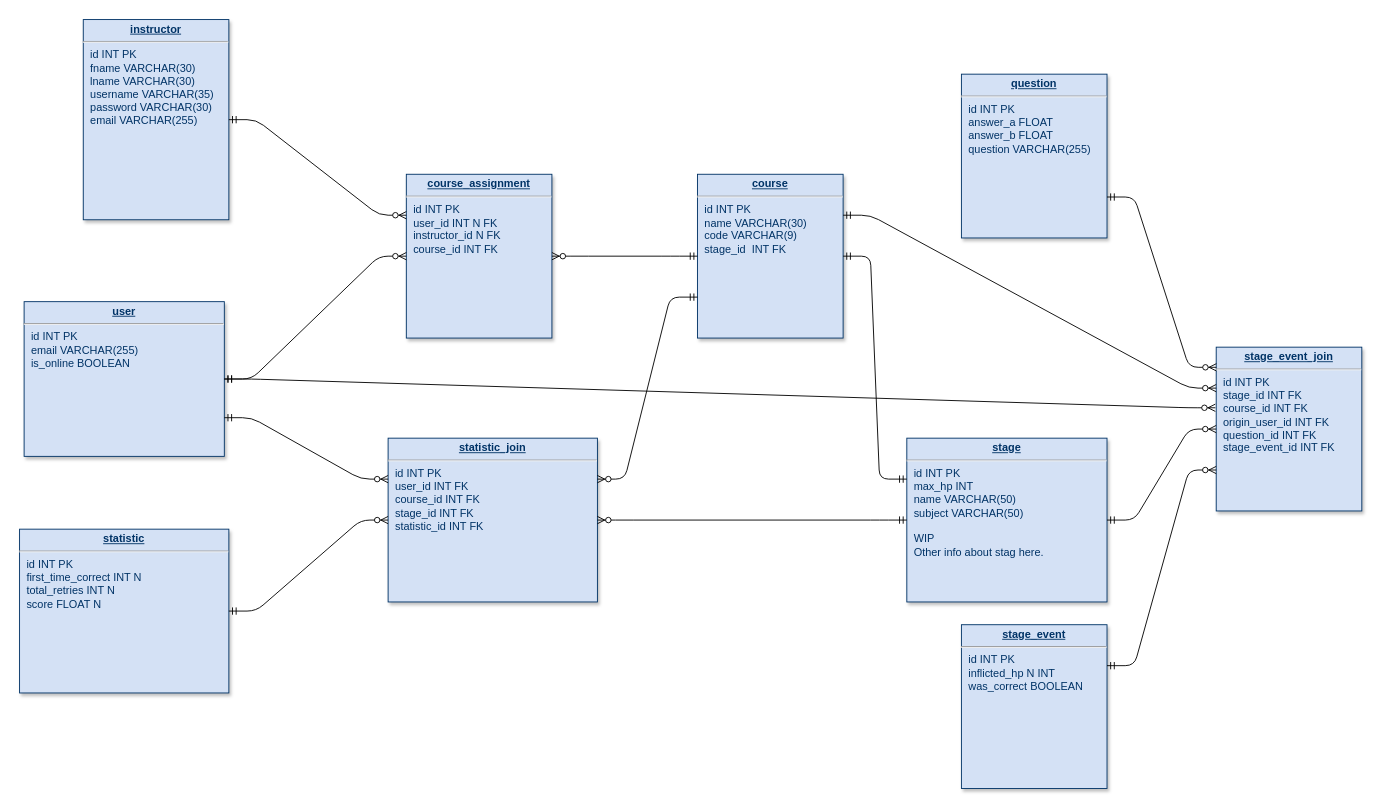
Earlier version of the draw.io diagram Documentation/JebraDB.drawio (mschray/Fall-2021-IPRO). Source tidied: cells renumbered, new cells numbered last; positions are measured from the earlier drawing's top-left corner, leaving out a move shared by most shapes. Both pictures are drawn from the tidied source at 91%, with x=0, y=0 at pixel (19, 19).
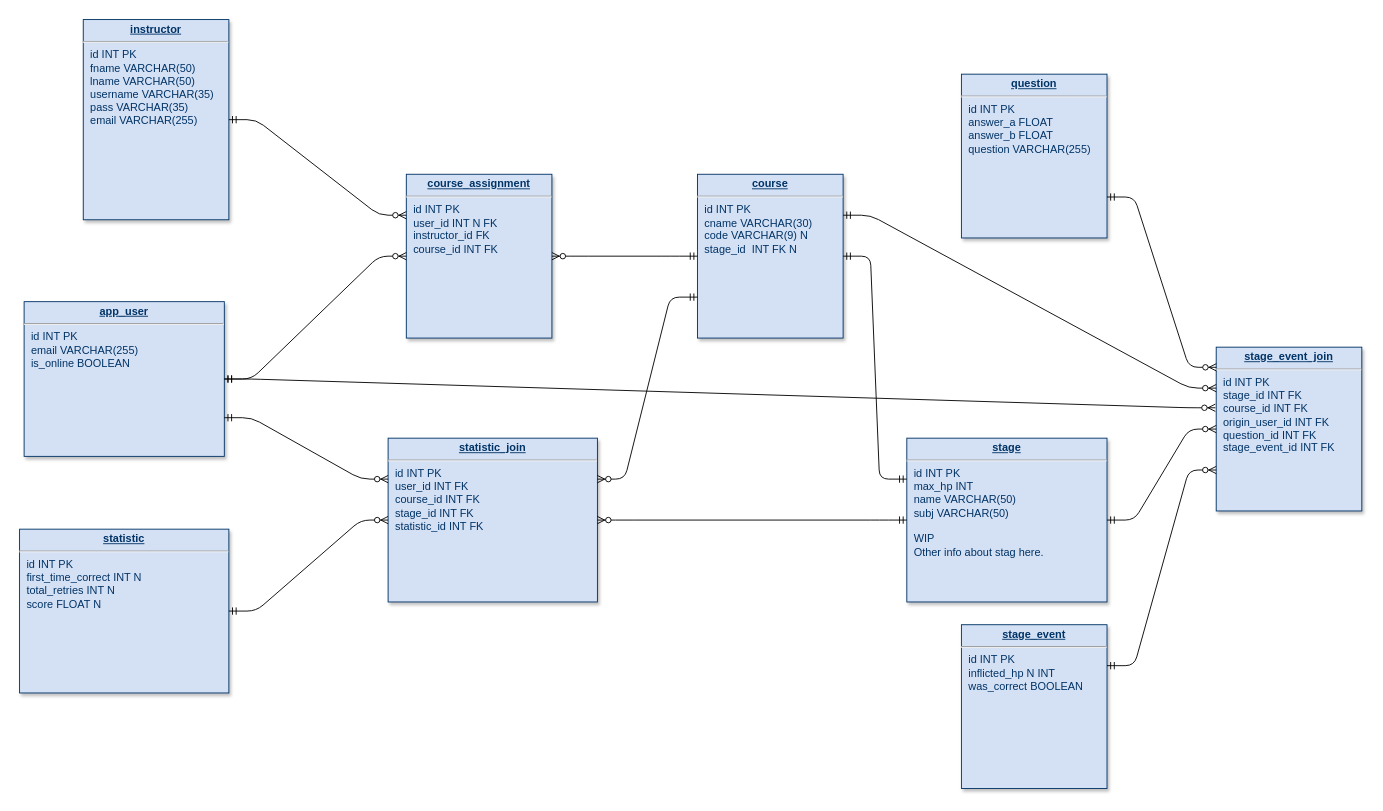
The same page after the edit.

What changed in the source:
```diff
@@
-    <mxCell id="3" value="&lt;p style=&quot;margin: 0px ; margin-top: 4px ; text-align: center ; text-decoration: underline&quot;&gt;&lt;b&gt;course&lt;/b&gt;&lt;/p&gt;&lt;hr&gt;&lt;p style=&quot;margin: 0px ; margin-left: 8px&quot;&gt;id INT PK&lt;/p&gt;&lt;p style=&quot;margin: 0px ; margin-left: 8px&quot;&gt;name VARCHAR(30)&lt;/p&gt;&lt;p style=&quot;margin: 0px ; margin-left: 8px&quot;&gt;code VARCHAR(9)&amp;nbsp;&lt;/p&gt;&lt;p style=&quot;margin: 0px ; margin-left: 8px&quot;&gt;stage_id&amp;nbsp; INT FK&lt;/p&gt;&lt;p style=&quot;margin: 0px ; margin-left: 8px&quot;&gt;&lt;br&gt;&lt;/p&gt;&lt;p style=&quot;margin: 0px ; margin-left: 8px&quot;&gt;&lt;br&gt;&lt;/p&gt;&lt;p style=&quot;margin: 0px ; margin-left: 8px&quot;&gt;&lt;br&gt;&lt;/p&gt;" style="verticalAlign=top;align=left;overflow=fill;fontSize=12;fontFamily=Helvetica;html=1;strokeColor=#003366;shadow=1;fillColor=#D4E1F5;fontColor=#003366;" parent="1" vertex="1">
+    <mxCell id="3" value="&lt;p style=&quot;margin: 0px ; margin-top: 4px ; text-align: center ; text-decoration: underline&quot;&gt;&lt;b&gt;course&lt;/b&gt;&lt;/p&gt;&lt;hr&gt;&lt;p style=&quot;margin: 0px ; margin-left: 8px&quot;&gt;id INT PK&lt;/p&gt;&lt;p style=&quot;margin: 0px ; margin-left: 8px&quot;&gt;cname VARCHAR(30)&lt;/p&gt;&lt;p style=&quot;margin: 0px ; margin-left: 8px&quot;&gt;code VARCHAR(9) N&lt;/p&gt;&lt;p style=&quot;margin: 0px ; margin-left: 8px&quot;&gt;stage_id&amp;nbsp; INT FK N&lt;/p&gt;&lt;p style=&quot;margin: 0px ; margin-left: 8px&quot;&gt;&lt;br&gt;&lt;/p&gt;&lt;p style=&quot;margin: 0px ; margin-left: 8px&quot;&gt;&lt;br&gt;&lt;/p&gt;&lt;p style=&quot;margin: 0px ; margin-left: 8px&quot;&gt;&lt;br&gt;&lt;/p&gt;" style="verticalAlign=top;align=left;overflow=fill;fontSize=12;fontFamily=Helvetica;html=1;strokeColor=#003366;shadow=1;fillColor=#D4E1F5;fontColor=#003366;" parent="1" vertex="1">
       <mxGeometry x="745" y="170" width="160" height="180" as="geometry" />
     </mxCell>
-    <mxCell id="4" value="&lt;p style=&quot;margin: 0px ; margin-top: 4px ; text-align: center ; text-decoration: underline&quot;&gt;&lt;b&gt;user&lt;/b&gt;&lt;/p&gt;&lt;hr&gt;&lt;p style=&quot;margin: 0px ; margin-left: 8px&quot;&gt;id INT PK&lt;/p&gt;&lt;p style=&quot;margin: 0px ; margin-left: 8px&quot;&gt;email VARCHAR(255)&lt;/p&gt;&lt;p style=&quot;margin: 0px ; margin-left: 8px&quot;&gt;is_online BOOLEAN&lt;/p&gt;&lt;p style=&quot;margin: 0px ; margin-left: 8px&quot;&gt;&lt;br&gt;&lt;/p&gt;&lt;p style=&quot;margin: 0px ; margin-left: 8px&quot;&gt;&lt;/p&gt;&lt;p style=&quot;margin: 0px ; margin-left: 8px&quot;&gt;&lt;br&gt;&lt;/p&gt;" style="verticalAlign=top;align=left;overflow=fill;fontSize=12;fontFamily=Helvetica;html=1;strokeColor=#003366;shadow=1;fillColor=#D4E1F5;fontColor=#003366;" parent="1" vertex="1">
+    <mxCell id="4" value="&lt;p style=&quot;margin: 0px ; margin-top: 4px ; text-align: center ; text-decoration: underline&quot;&gt;&lt;b&gt;app_user&lt;/b&gt;&lt;/p&gt;&lt;hr&gt;&lt;p style=&quot;margin: 0px ; margin-left: 8px&quot;&gt;id INT PK&lt;/p&gt;&lt;p style=&quot;margin: 0px ; margin-left: 8px&quot;&gt;email VARCHAR(255)&lt;/p&gt;&lt;p style=&quot;margin: 0px ; margin-left: 8px&quot;&gt;is_online BOOLEAN&lt;/p&gt;&lt;p style=&quot;margin: 0px ; margin-left: 8px&quot;&gt;&lt;br&gt;&lt;/p&gt;&lt;p style=&quot;margin: 0px ; margin-left: 8px&quot;&gt;&lt;/p&gt;&lt;p style=&quot;margin: 0px ; margin-left: 8px&quot;&gt;&lt;br&gt;&lt;/p&gt;" style="verticalAlign=top;align=left;overflow=fill;fontSize=12;fontFamily=Helvetica;html=1;strokeColor=#003366;shadow=1;fillColor=#D4E1F5;fontColor=#003366;" parent="1" vertex="1">
       <mxGeometry x="5" y="310" width="220" height="170" as="geometry" />
     </mxCell>
-    <mxCell id="5" value="&lt;p style=&quot;margin: 0px ; margin-top: 4px ; text-align: center ; text-decoration: underline&quot;&gt;&lt;b&gt;instructor&lt;/b&gt;&lt;/p&gt;&lt;hr&gt;&lt;p style=&quot;margin: 0px ; margin-left: 8px&quot;&gt;id INT PK&lt;/p&gt;&lt;p style=&quot;margin: 0px 0px 0px 8px&quot;&gt;fname VARCHAR(30)&lt;/p&gt;&lt;p style=&quot;margin: 0px 0px 0px 8px&quot;&gt;lname VARCHAR(30)&lt;br&gt;&lt;/p&gt;&lt;p style=&quot;margin: 0px 0px 0px 8px&quot;&gt;username VARCHAR(35)&lt;/p&gt;&lt;p style=&quot;margin: 0px 0px 0px 8px&quot;&gt;password VARCHAR(30)&lt;/p&gt;&lt;p style=&quot;margin: 0px ; margin-left: 8px&quot;&gt;&lt;span&gt;email VARCHAR(255)&lt;/span&gt;&lt;/p&gt;" style="verticalAlign=top;align=left;overflow=fill;fontSize=12;fontFamily=Helvetica;html=1;strokeColor=#003366;shadow=1;fillColor=#D4E1F5;fontColor=#003366;" parent="1" vertex="1">
+    <mxCell id="5" value="&lt;p style=&quot;margin: 0px ; margin-top: 4px ; text-align: center ; text-decoration: underline&quot;&gt;&lt;b&gt;instructor&lt;/b&gt;&lt;/p&gt;&lt;hr&gt;&lt;p style=&quot;margin: 0px ; margin-left: 8px&quot;&gt;id INT PK&lt;/p&gt;&lt;p style=&quot;margin: 0px 0px 0px 8px&quot;&gt;fname VARCHAR(50)&lt;/p&gt;&lt;p style=&quot;margin: 0px 0px 0px 8px&quot;&gt;lname VARCHAR(50)&lt;br&gt;&lt;/p&gt;&lt;p style=&quot;margin: 0px 0px 0px 8px&quot;&gt;username VARCHAR(35)&lt;/p&gt;&lt;p style=&quot;margin: 0px 0px 0px 8px&quot;&gt;pass VARCHAR(35)&lt;/p&gt;&lt;p style=&quot;margin: 0px ; margin-left: 8px&quot;&gt;&lt;span&gt;email VARCHAR(255)&lt;/span&gt;&lt;/p&gt;" style="verticalAlign=top;align=left;overflow=fill;fontSize=12;fontFamily=Helvetica;html=1;strokeColor=#003366;shadow=1;fillColor=#D4E1F5;fontColor=#003366;" parent="1" vertex="1">
       <mxGeometry x="70" width="160" height="220" as="geometry" />
     </mxCell>
-    <mxCell id="6" value="&lt;p style=&quot;margin: 0px ; margin-top: 4px ; text-align: center ; text-decoration: underline&quot;&gt;&lt;b&gt;stage&lt;/b&gt;&lt;/p&gt;&lt;hr&gt;&lt;p style=&quot;margin: 0px ; margin-left: 8px&quot;&gt;id INT PK&lt;/p&gt;&lt;p style=&quot;margin: 0px ; margin-left: 8px&quot;&gt;max_hp INT&lt;/p&gt;&lt;p style=&quot;margin: 0px ; margin-left: 8px&quot;&gt;name VARCHAR(50)&lt;/p&gt;&lt;p style=&quot;margin: 0px ; margin-left: 8px&quot;&gt;subject VARCHAR(50)&lt;/p&gt;&lt;p style=&quot;margin: 0px ; margin-left: 8px&quot;&gt;&lt;br&gt;&lt;/p&gt;&lt;p style=&quot;margin: 0px ; margin-left: 8px&quot;&gt;WIP&lt;/p&gt;&lt;p style=&quot;margin: 0px ; margin-left: 8px&quot;&gt;Other info about stag here.&amp;nbsp;&lt;/p&gt;&lt;p style=&quot;margin: 0px ; margin-left: 8px&quot;&gt;&lt;br&gt;&lt;/p&gt;" style="verticalAlign=top;align=left;overflow=fill;fontSize=12;fontFamily=Helvetica;html=1;strokeColor=#003366;shadow=1;fillColor=#D4E1F5;fontColor=#003366;" parent="1" vertex="1">
+    <mxCell id="6" value="&lt;p style=&quot;margin: 0px ; margin-top: 4px ; text-align: center ; text-decoration: underline&quot;&gt;&lt;b&gt;stage&lt;/b&gt;&lt;/p&gt;&lt;hr&gt;&lt;p style=&quot;margin: 0px ; margin-left: 8px&quot;&gt;id INT PK&lt;/p&gt;&lt;p style=&quot;margin: 0px ; margin-left: 8px&quot;&gt;max_hp INT&lt;/p&gt;&lt;p style=&quot;margin: 0px ; margin-left: 8px&quot;&gt;name VARCHAR(50)&lt;/p&gt;&lt;p style=&quot;margin: 0px ; margin-left: 8px&quot;&gt;subj VARCHAR(50)&lt;/p&gt;&lt;p style=&quot;margin: 0px ; margin-left: 8px&quot;&gt;&lt;br&gt;&lt;/p&gt;&lt;p style=&quot;margin: 0px ; margin-left: 8px&quot;&gt;WIP&lt;/p&gt;&lt;p style=&quot;margin: 0px ; margin-left: 8px&quot;&gt;Other info about stag here.&amp;nbsp;&lt;/p&gt;&lt;p style=&quot;margin: 0px ; margin-left: 8px&quot;&gt;&lt;br&gt;&lt;/p&gt;" style="verticalAlign=top;align=left;overflow=fill;fontSize=12;fontFamily=Helvetica;html=1;strokeColor=#003366;shadow=1;fillColor=#D4E1F5;fontColor=#003366;" parent="1" vertex="1">
       <mxGeometry x="975" y="460" width="220" height="180" as="geometry" />
     </mxCell>
-    <mxCell id="7" value="&lt;p style=&quot;margin: 0px ; margin-top: 4px ; text-align: center ; text-decoration: underline&quot;&gt;&lt;b&gt;course_assignment&lt;/b&gt;&lt;/p&gt;&lt;hr&gt;&lt;p style=&quot;margin: 0px ; margin-left: 8px&quot;&gt;id INT PK&lt;/p&gt;&lt;p style=&quot;margin: 0px ; margin-left: 8px&quot;&gt;user_id INT N FK&amp;nbsp;&lt;/p&gt;&lt;p style=&quot;margin: 0px ; margin-left: 8px&quot;&gt;instructor_id N FK&lt;/p&gt;&lt;p style=&quot;margin: 0px ; margin-left: 8px&quot;&gt;course_id INT FK&lt;/p&gt;&lt;p style=&quot;margin: 0px ; margin-left: 8px&quot;&gt;&lt;br&gt;&lt;/p&gt;&lt;p style=&quot;margin: 0px ; margin-left: 8px&quot;&gt;&lt;br&gt;&lt;/p&gt;" style="verticalAlign=top;align=left;overflow=fill;fontSize=12;fontFamily=Helvetica;html=1;strokeColor=#003366;shadow=1;fillColor=#D4E1F5;fontColor=#003366;" parent="1" vertex="1">
+    <mxCell id="7" value="&lt;p style=&quot;margin: 0px ; margin-top: 4px ; text-align: center ; text-decoration: underline&quot;&gt;&lt;b&gt;course_assignment&lt;/b&gt;&lt;/p&gt;&lt;hr&gt;&lt;p style=&quot;margin: 0px ; margin-left: 8px&quot;&gt;id INT PK&lt;/p&gt;&lt;p style=&quot;margin: 0px ; margin-left: 8px&quot;&gt;user_id INT N FK&amp;nbsp;&lt;/p&gt;&lt;p style=&quot;margin: 0px ; margin-left: 8px&quot;&gt;instructor_id FK&lt;/p&gt;&lt;p style=&quot;margin: 0px ; margin-left: 8px&quot;&gt;course_id INT FK&lt;/p&gt;&lt;p style=&quot;margin: 0px ; margin-left: 8px&quot;&gt;&lt;br&gt;&lt;/p&gt;&lt;p style=&quot;margin: 0px ; margin-left: 8px&quot;&gt;&lt;br&gt;&lt;/p&gt;" style="verticalAlign=top;align=left;overflow=fill;fontSize=12;fontFamily=Helvetica;html=1;strokeColor=#003366;shadow=1;fillColor=#D4E1F5;fontColor=#003366;" parent="1" vertex="1">
       <mxGeometry x="425" y="170" width="160" height="180" as="geometry" />
     </mxCell>
```
